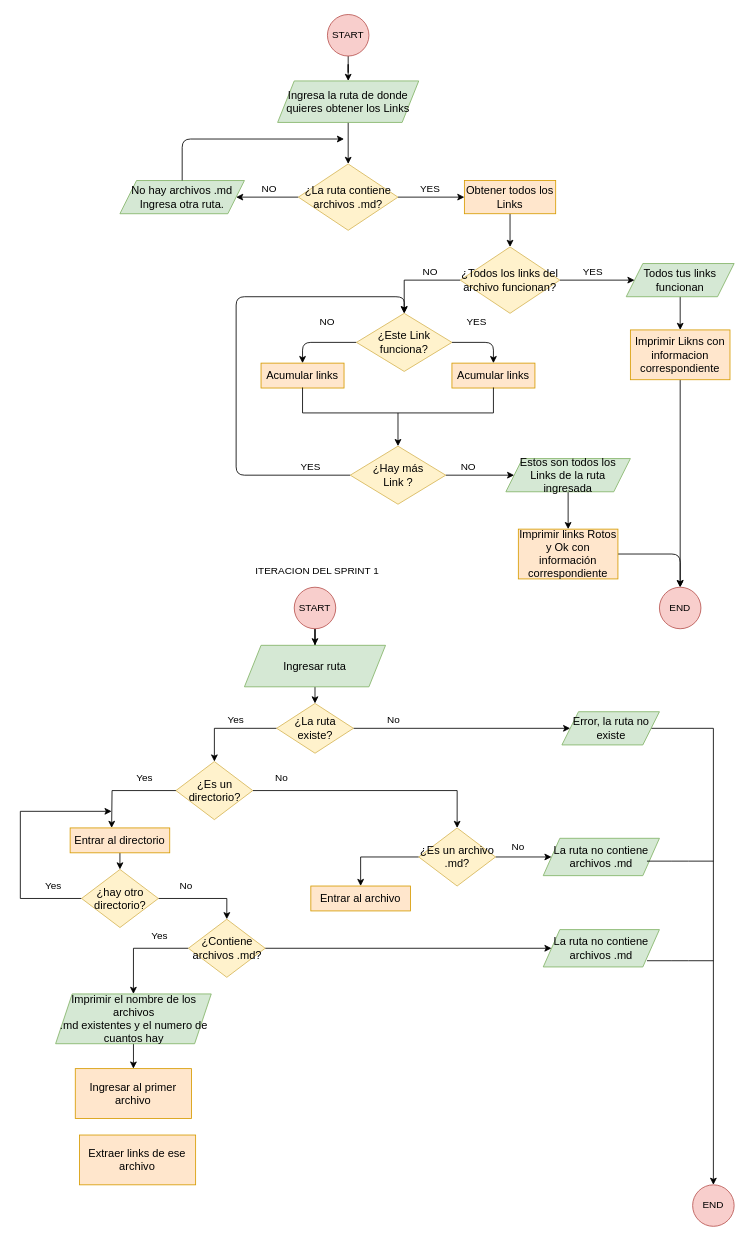
Above: Untitled Diagram.drawio in AndreVivs/CDMX010-md-links (draw.io), before the change. Source tidied: cells renumbered, new cells numbered last; positions are measured from the earlier drawing's top-left corner, leaving out a move shared by most shapes. Both pictures are drawn from the tidied source at 83%, with x=0, y=0 at pixel (20, 14).
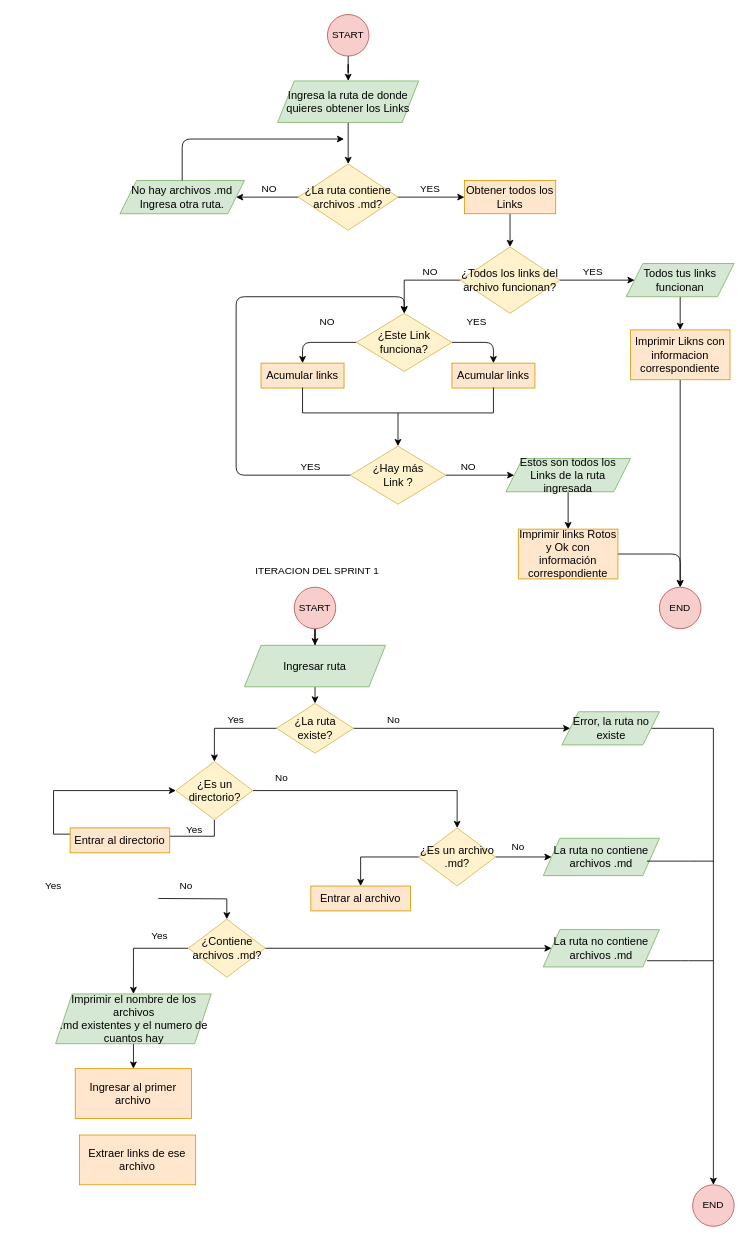
After the change.

Unchanged cells that the change refers to:
```xml
<mxCell id="55" value="&lt;font face=&quot;noto_regular&quot;&gt;&lt;span style=&quot;font-size: 13.3333px&quot;&gt;¿Es un directorio?&lt;/span&gt;&lt;/font&gt;" style="rhombus;whiteSpace=wrap;html=1;fillColor=#fff2cc;strokeColor=#d6b656;" parent="1" vertex="1">
  <mxGeometry x="187.5" y="900" width="92.5" height="70" as="geometry" />
</mxCell>
<mxCell id="61" value="&lt;font face=&quot;noto_regular&quot;&gt;&lt;span style=&quot;font-size: 13.3333px&quot;&gt;Entrar al directorio&lt;/span&gt;&lt;/font&gt;" style="rounded=0;whiteSpace=wrap;html=1;fillColor=#ffe6cc;strokeColor=#d79b00;" parent="1" vertex="1">
  <mxGeometry x="60" y="980" width="120" height="30" as="geometry" />
</mxCell>
<mxCell id="68" value="&lt;font face=&quot;noto_regular&quot;&gt;&lt;span style=&quot;font-size: 13.3333px&quot;&gt;¿Contiene archivos .md?&lt;/span&gt;&lt;/font&gt;" style="rhombus;whiteSpace=wrap;html=1;fillColor=#fff2cc;strokeColor=#d6b656;" parent="1" vertex="1">
  <mxGeometry x="202.5" y="1090" width="92.5" height="70" as="geometry" />
</mxCell>
```

What changed in the source:
```diff
@@
-    <mxCell id="53" style="edgeStyle=orthogonalEdgeStyle;rounded=0;jettySize=auto;html=1;" parent="1" edge="1" source="55">
-      <mxGeometry relative="1" as="geometry">
-        <mxPoint x="110" y="980" as="targetPoint" />
-      </mxGeometry>
+    <mxCell id="53" style="edgeStyle=orthogonalEdgeStyle;rounded=0;jettySize=auto;html=1;exitX=0.5;exitY=1;exitDx=0;exitDy=0;entryX=1;entryY=0.25;entryDx=0;entryDy=0;" parent="1" edge="1" source="55" target="61">
+      <mxGeometry relative="1" as="geometry" />
     </mxCell>
@@
     <mxCell id="58" value="Yes" style="text;html=1;strokeColor=none;fillColor=none;align=center;verticalAlign=middle;whiteSpace=wrap;rounded=0;" parent="1" vertex="1">
-      <mxGeometry x="130" y="910" width="40" height="20" as="geometry" />
+      <mxGeometry x="190" y="972.5" width="40" height="20" as="geometry" />
     </mxCell>
@@
-    <mxCell id="60" style="edgeStyle=orthogonalEdgeStyle;rounded=0;jettySize=auto;html=1;" parent="1" edge="1" source="61" target="64">
-      <mxGeometry relative="1" as="geometry" />
-    </mxCell>
+    <mxCell id="86" style="edgeStyle=orthogonalEdgeStyle;rounded=0;jettySize=auto;html=1;entryX=0;entryY=0.5;entryDx=0;entryDy=0;exitX=0;exitY=0.25;exitDx=0;exitDy=0;" parent="1" edge="1" source="61" target="55">
+      <mxGeometry relative="1" as="geometry" />
+    </mxCell>
@@
-    <mxCell id="62" style="edgeStyle=orthogonalEdgeStyle;rounded=0;jettySize=auto;html=1;exitX=0;exitY=0.5;exitDx=0;exitDy=0;" parent="1" edge="1" source="64">
-      <mxGeometry relative="1" as="geometry">
-        <mxPoint x="110" y="960" as="targetPoint" />
-        <Array as="points">
-          <mxPoint x="74" y="1065" />
-          <mxPoint y="1065" />
-          <mxPoint y="960" />
-        </Array>
-      </mxGeometry>
-    </mxCell>
-    <mxCell id="63" style="edgeStyle=orthogonalEdgeStyle;rounded=0;jettySize=auto;html=1;entryX=0.5;entryY=0;entryDx=0;entryDy=0;" parent="1" edge="1" source="64" target="68">
-      <mxGeometry relative="1" as="geometry" />
+    <mxCell id="63" style="edgeStyle=orthogonalEdgeStyle;rounded=0;jettySize=auto;html=1;entryX=0.5;entryY=0;entryDx=0;entryDy=0;" parent="1" edge="1" target="68">
+      <mxGeometry relative="1" as="geometry">
+        <mxPoint x="166.2" y="1065" as="sourcePoint" />
+      </mxGeometry>
     </mxCell>
-    <mxCell id="64" value="&lt;font face=&quot;noto_regular&quot;&gt;&lt;span style=&quot;font-size: 13.3333px&quot;&gt;¿hay otro directorio?&lt;/span&gt;&lt;/font&gt;" style="rhombus;whiteSpace=wrap;html=1;fillColor=#fff2cc;strokeColor=#d6b656;" parent="1" vertex="1">
-      <mxGeometry x="73.8" y="1030" width="92.5" height="70" as="geometry" />
-    </mxCell>
```
